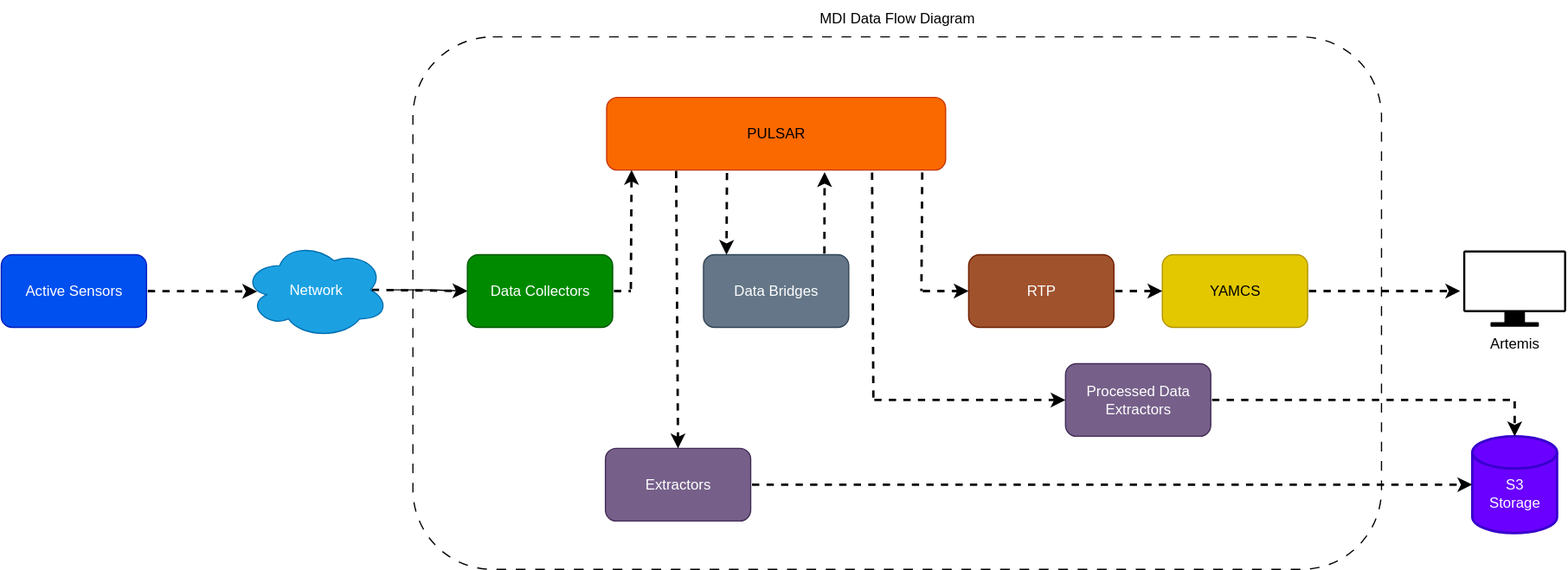
Before: General Health Diagram.drawio.svg, a diagram exported from draw.io (slb2991/Grafana-Test). Source tidied: cells renumbered, new cells last; positions are measured from the earlier drawing's top-left corner, leaving out a move shared by most shapes.
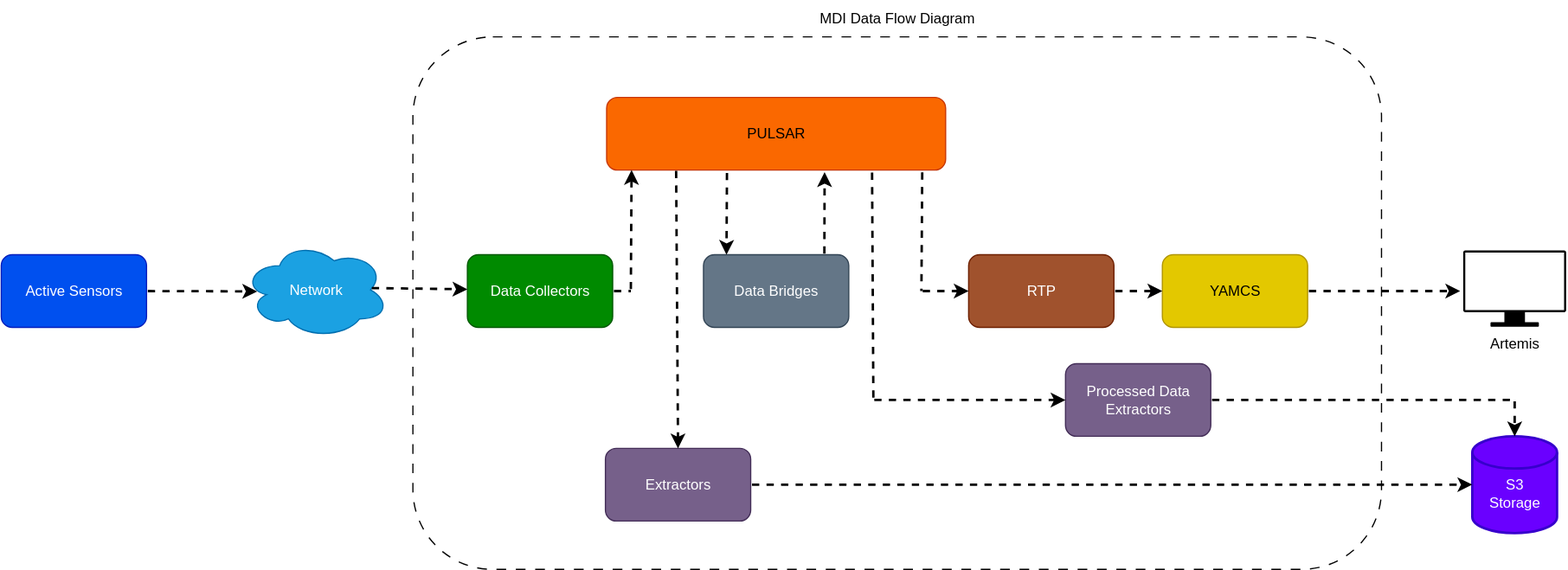
Above is the later version.

Diff of the diagram source:
```diff
@@ -8,9 +8,6 @@
     <mxCell id="3" value="Active Sensors" style="rounded=1;whiteSpace=wrap;html=1;fillColor=#0050ef;fontColor=#ffffff;strokeColor=#001DBC;" parent="1" vertex="1">
       <mxGeometry y="210" width="120" height="60" as="geometry" />
     </mxCell>
-    <mxCell id="4" style="edgeStyle=orthogonalEdgeStyle;rounded=0;jettySize=auto;html=1;" parent="1" edge="1" source="5" target="8">
-      <mxGeometry relative="1" as="geometry" />
-    </mxCell>
     <mxCell id="5" value="Network" style="ellipse;shape=cloud;whiteSpace=wrap;html=1;fillColor=#1ba1e2;strokeColor=#006EAF;fontColor=#ffffff;" parent="1" vertex="1">
       <mxGeometry x="200" y="199" width="120" height="80" as="geometry" />
     </mxCell>
@@ -26,8 +23,11 @@
     <mxCell id="9" style="endArrow=classic;dashed=1;html=1;strokeWidth=2;rounded=0;exitX=1;exitY=0.5;exitDx=0;exitDy=0;entryX=0.095;entryY=0.516;entryDx=0;entryDy=0;entryPerimeter=0;endFill=1;flowAnimation=1;" parent="1" edge="1" source="3" target="5">
       <mxGeometry relative="1" as="geometry" />
     </mxCell>
-    <mxCell id="10" style="endArrow=classic;dashed=1;html=1;strokeWidth=2;rounded=0;entryX=0;entryY=0.5;entryDx=0;entryDy=0;exitX=0.875;exitY=0.5;exitDx=0;exitDy=0;exitPerimeter=0;startArrow=none;startFill=0;endFill=1;flowAnimation=1;" parent="1" edge="1" source="5" target="8">
-      <mxGeometry relative="1" as="geometry" />
+    <mxCell id="10" style="endArrow=classic;dashed=1;html=1;strokeWidth=2;rounded=0;entryX=0;entryY=0.5;entryDx=0;entryDy=0;exitX=0.875;exitY=0.5;exitDx=0;exitDy=0;exitPerimeter=0;startArrow=none;startFill=0;endFill=1;flowAnimation=1;" parent="1" edge="1">
+      <mxGeometry relative="1" as="geometry">
+        <mxPoint x="305" y="237.5" as="sourcePoint" />
+        <mxPoint x="385" y="238.5" as="targetPoint" />
+      </mxGeometry>
     </mxCell>
     <mxCell id="11" value="Extractors" style="rounded=1;whiteSpace=wrap;html=1;fillColor=#76608a;fontColor=#ffffff;strokeColor=#432D57;" parent="1" vertex="1">
       <mxGeometry x="499" y="370" width="120" height="60" as="geometry" />
```
